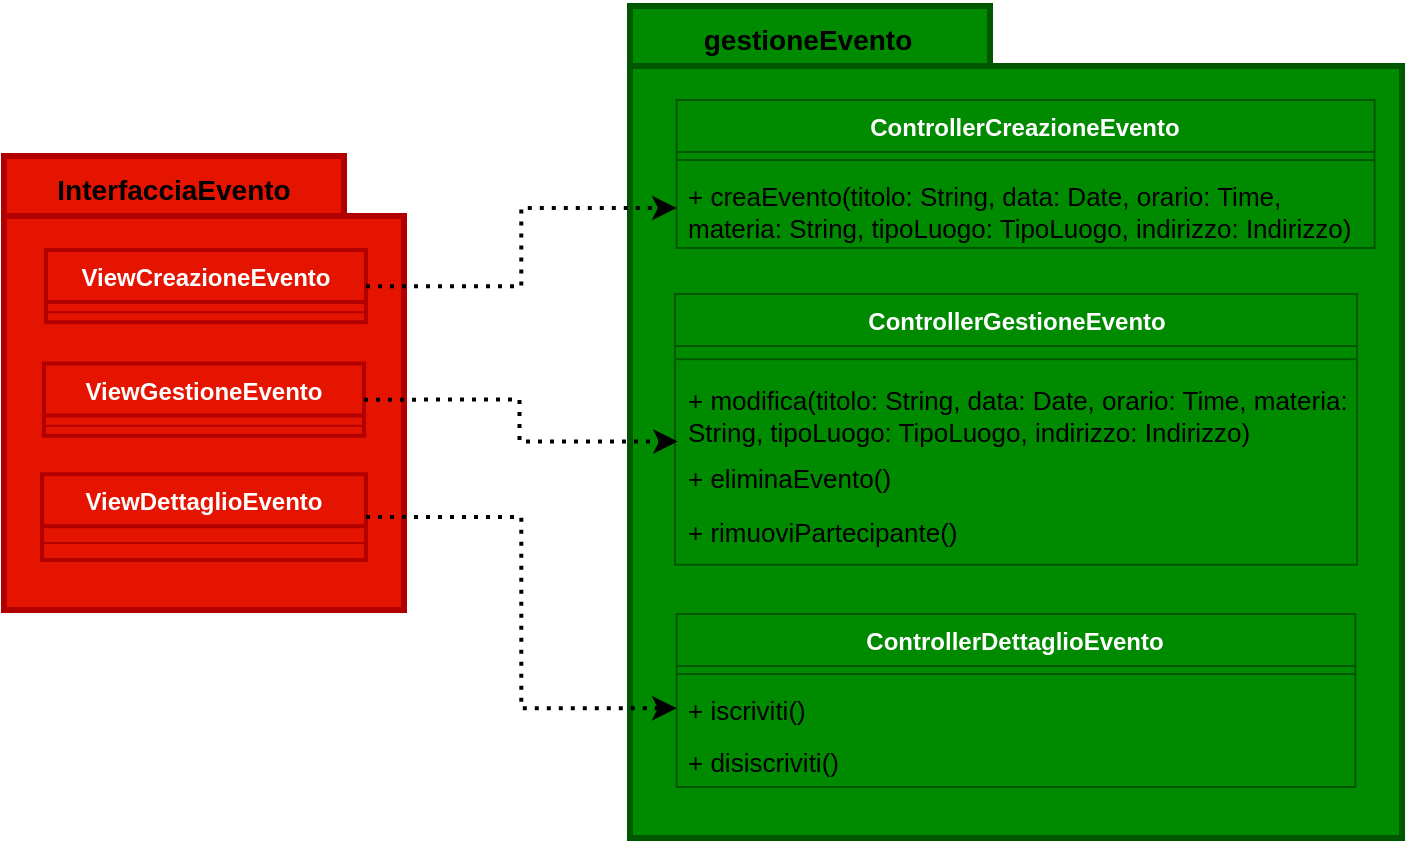
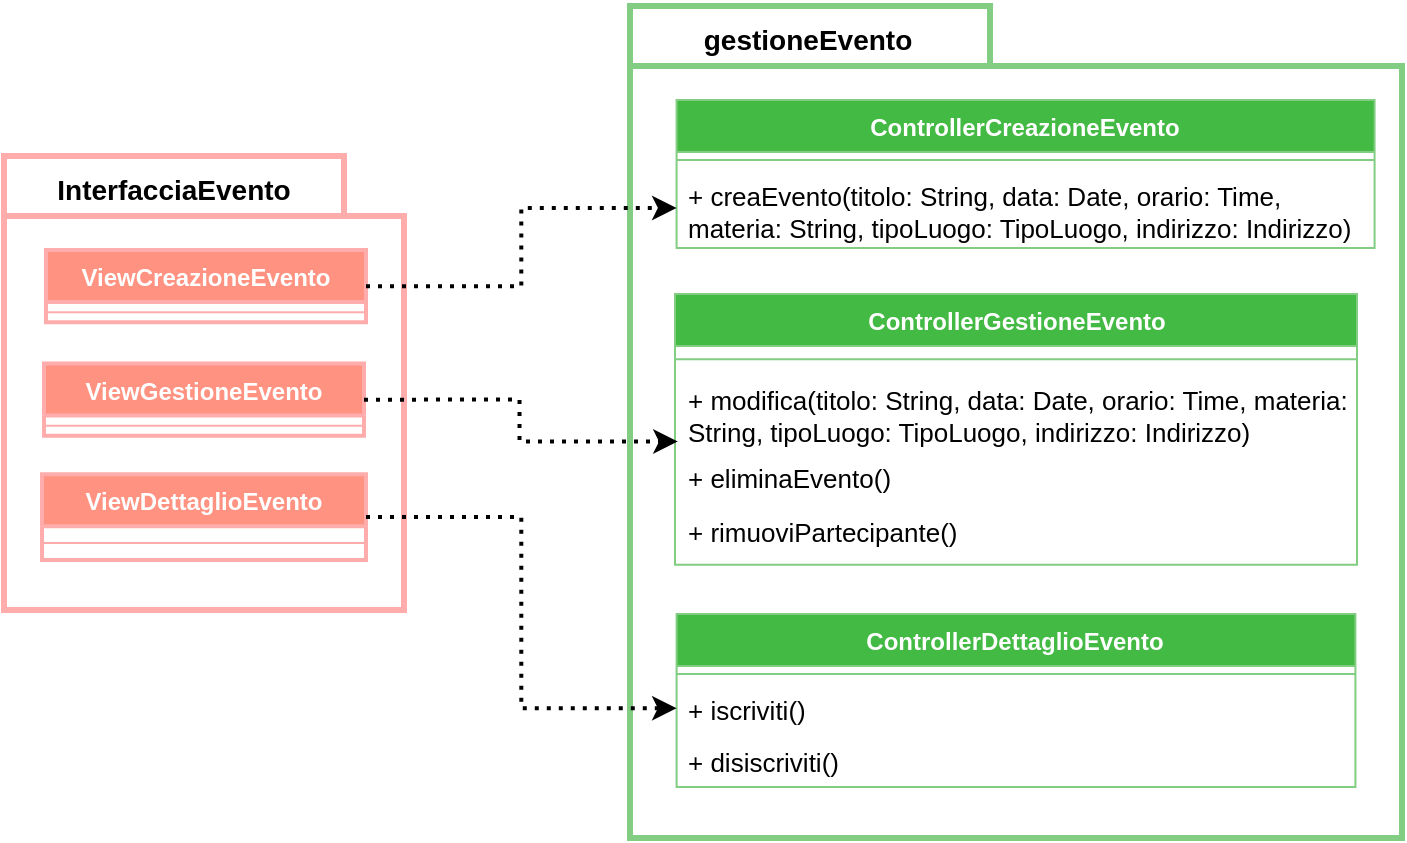
<mxfile host="app.diagrams.net">
  <diagram name="Pagina-1" id="Mc2VJK9o_RLZLJxLkFzT">
-     <mxGraphModel dx="1075" dy="527" grid="0" gridSize="10" guides="1" tooltips="1" connect="1" arrows="1" fold="1" page="1" pageScale="1" pageWidth="827" pageHeight="1169" background="light-dark(#FFFFFF,#FFFFFF)" math="0" shadow="0">
+     <mxGraphModel dx="1075" dy="622" grid="0" gridSize="10" guides="1" tooltips="1" connect="1" arrows="1" fold="1" page="1" pageScale="1" pageWidth="827" pageHeight="1169" background="light-dark(#FFFFFF,#FFFFFF)" math="0" shadow="0">
      <root>
        <mxCell id="0" />
        <mxCell id="1" parent="0" />
        <mxCell id="1CkHZ0JFnsPe_47NdDII-1" connectable="0" parent="1" style="group" value="" vertex="1">
          <mxGeometry height="227" width="200" x="66" y="160" as="geometry" />
        </mxCell>
-         <mxCell id="1CkHZ0JFnsPe_47NdDII-2" parent="1CkHZ0JFnsPe_47NdDII-1" style="shape=folder;fontStyle=1;spacingTop=10;tabWidth=170;tabHeight=30;tabPosition=left;html=1;whiteSpace=wrap;fillColor=light-dark(#E51400,#FFFFFF);fontColor=#ffffff;strokeColor=#B20000;strokeWidth=3;" value="" vertex="1">
+         <mxCell id="1CkHZ0JFnsPe_47NdDII-2" parent="1CkHZ0JFnsPe_47NdDII-1" style="shape=folder;fontStyle=1;spacingTop=10;tabWidth=170;tabHeight=30;tabPosition=left;html=1;whiteSpace=wrap;fillColor=light-dark(#FFFFFF,#E51400);fontColor=#ffffff;strokeColor=light-dark(#FFACAC,#B20000);strokeWidth=3;" value="" vertex="1">
          <mxGeometry height="227" width="200" as="geometry" />
        </mxCell>
        <mxCell id="1CkHZ0JFnsPe_47NdDII-3" parent="1CkHZ0JFnsPe_47NdDII-1" style="text;html=1;whiteSpace=wrap;strokeColor=none;fillColor=none;align=center;verticalAlign=middle;rounded=0;fontColor=light-dark(#000000,#000000);fontStyle=1;fontSize=14;" value="InterfacciaEvento" vertex="1">
          <mxGeometry height="38.04469273743017" width="170" y="-2" as="geometry" />
        </mxCell>
-         <mxCell id="1CkHZ0JFnsPe_47NdDII-4" parent="1CkHZ0JFnsPe_47NdDII-1" style="swimlane;fontStyle=1;align=center;verticalAlign=top;childLayout=stackLayout;horizontal=1;startSize=26;horizontalStack=0;resizeParent=1;resizeParentMax=0;resizeLast=0;collapsible=1;marginBottom=0;whiteSpace=wrap;html=1;fillColor=#e51400;strokeColor=#B20000;fontColor=#ffffff;strokeWidth=2;" value="ViewGestioneEvento" vertex="1">
+         <mxCell id="1CkHZ0JFnsPe_47NdDII-4" parent="1CkHZ0JFnsPe_47NdDII-1" style="swimlane;fontStyle=1;align=center;verticalAlign=top;childLayout=stackLayout;horizontal=1;startSize=26;horizontalStack=0;resizeParent=1;resizeParentMax=0;resizeLast=0;collapsible=1;marginBottom=0;whiteSpace=wrap;html=1;fillColor=light-dark(#FF9281,#E51400);strokeColor=light-dark(#FFACAC,#B20000);fontColor=#ffffff;strokeWidth=2;" value="ViewGestioneEvento" vertex="1">
          <mxGeometry height="36.14525139664804" width="160" x="20" y="103.74860335195531" as="geometry" />
        </mxCell>
        <mxCell id="1CkHZ0JFnsPe_47NdDII-5" parent="1CkHZ0JFnsPe_47NdDII-4" style="line;strokeWidth=1;fillColor=none;align=left;verticalAlign=middle;spacingTop=-1;spacingLeft=3;spacingRight=3;rotatable=0;labelPosition=right;points=[];portConstraint=eastwest;strokeColor=inherit;" value="" vertex="1">
          <mxGeometry height="10.145251396648044" width="160" y="26" as="geometry" />
        </mxCell>
-         <mxCell id="1CkHZ0JFnsPe_47NdDII-11" parent="1CkHZ0JFnsPe_47NdDII-1" style="swimlane;fontStyle=1;align=center;verticalAlign=top;childLayout=stackLayout;horizontal=1;startSize=26;horizontalStack=0;resizeParent=1;resizeParentMax=0;resizeLast=0;collapsible=1;marginBottom=0;whiteSpace=wrap;html=1;fillColor=#e51400;strokeColor=#B20000;fontColor=#ffffff;strokeWidth=2;" value="ViewDettaglioEvento" vertex="1">
+         <mxCell id="1CkHZ0JFnsPe_47NdDII-11" parent="1CkHZ0JFnsPe_47NdDII-1" style="swimlane;fontStyle=1;align=center;verticalAlign=top;childLayout=stackLayout;horizontal=1;startSize=26;horizontalStack=0;resizeParent=1;resizeParentMax=0;resizeLast=0;collapsible=1;marginBottom=0;whiteSpace=wrap;html=1;fillColor=light-dark(#FF9281,#E51400);strokeColor=light-dark(#FFACAC,#B20000);fontColor=#ffffff;strokeWidth=2;" value="ViewDettaglioEvento" vertex="1">
          <mxGeometry height="42.88459696727853" width="162" x="19" y="159.10614525139664" as="geometry" />
        </mxCell>
        <mxCell id="1CkHZ0JFnsPe_47NdDII-12" parent="1CkHZ0JFnsPe_47NdDII-11" style="line;strokeWidth=1;fillColor=none;align=left;verticalAlign=middle;spacingTop=-1;spacingLeft=3;spacingRight=3;rotatable=0;labelPosition=right;points=[];portConstraint=eastwest;strokeColor=inherit;" value="" vertex="1">
          <mxGeometry height="16.884596967278533" width="162" y="26" as="geometry" />
        </mxCell>
-         <mxCell id="1CkHZ0JFnsPe_47NdDII-46" parent="1CkHZ0JFnsPe_47NdDII-1" style="swimlane;fontStyle=1;align=center;verticalAlign=top;childLayout=stackLayout;horizontal=1;startSize=26;horizontalStack=0;resizeParent=1;resizeParentMax=0;resizeLast=0;collapsible=1;marginBottom=0;whiteSpace=wrap;html=1;fillColor=#e51400;strokeColor=#B20000;fontColor=#ffffff;strokeWidth=2;" value="ViewCreazioneEvento" vertex="1">
+         <mxCell id="1CkHZ0JFnsPe_47NdDII-46" parent="1CkHZ0JFnsPe_47NdDII-1" style="swimlane;fontStyle=1;align=center;verticalAlign=top;childLayout=stackLayout;horizontal=1;startSize=26;horizontalStack=0;resizeParent=1;resizeParentMax=0;resizeLast=0;collapsible=1;marginBottom=0;whiteSpace=wrap;html=1;fillColor=light-dark(#FF9281,#E51400);strokeColor=light-dark(#FFACAC,#B20000);fontColor=#ffffff;strokeWidth=2;" value="ViewCreazioneEvento" vertex="1">
          <mxGeometry height="36.14525139664804" width="160" x="21" y="47" as="geometry" />
        </mxCell>
        <mxCell id="1CkHZ0JFnsPe_47NdDII-47" parent="1CkHZ0JFnsPe_47NdDII-46" style="line;strokeWidth=1;fillColor=none;align=left;verticalAlign=middle;spacingTop=-1;spacingLeft=3;spacingRight=3;rotatable=0;labelPosition=right;points=[];portConstraint=eastwest;strokeColor=inherit;" value="" vertex="1">
          <mxGeometry height="10.145251396648044" width="160" y="26" as="geometry" />
        </mxCell>
        <mxCell id="1CkHZ0JFnsPe_47NdDII-29" connectable="0" parent="1" style="group" value="" vertex="1">
          <mxGeometry height="383" width="386" x="379" y="119" as="geometry" />
        </mxCell>
-         <mxCell id="1CkHZ0JFnsPe_47NdDII-30" parent="1CkHZ0JFnsPe_47NdDII-29" style="shape=folder;fontStyle=1;spacingTop=10;tabWidth=180;tabHeight=30;tabPosition=left;html=1;whiteSpace=wrap;fillColor=light-dark(#008A00,#FFFFFF);fontColor=#ffffff;strokeColor=#005700;strokeWidth=3;" value="" vertex="1">
+         <mxCell id="1CkHZ0JFnsPe_47NdDII-30" parent="1CkHZ0JFnsPe_47NdDII-29" style="shape=folder;fontStyle=1;spacingTop=10;tabWidth=180;tabHeight=30;tabPosition=left;html=1;whiteSpace=wrap;fillColor=light-dark(#FFFFFF,#008A00);fontColor=#ffffff;strokeColor=light-dark(#82CD82,#005700);strokeWidth=3;" value="" vertex="1">
          <mxGeometry height="416" width="386" y="-34" as="geometry" />
        </mxCell>
        <mxCell id="1CkHZ0JFnsPe_47NdDII-31" parent="1CkHZ0JFnsPe_47NdDII-29" style="text;html=1;whiteSpace=wrap;strokeColor=none;fillColor=none;align=center;verticalAlign=middle;rounded=0;fontColor=light-dark(#000000,#000000);fontStyle=1;fontSize=14;" value="gestioneEvento" vertex="1">
          <mxGeometry height="40.67" width="164.48" x="7" y="-37" as="geometry" />
        </mxCell>
-         <mxCell id="1CkHZ0JFnsPe_47NdDII-32" parent="1CkHZ0JFnsPe_47NdDII-29" style="swimlane;fontStyle=1;align=center;verticalAlign=top;childLayout=stackLayout;horizontal=1;startSize=26;horizontalStack=0;resizeParent=1;resizeParentMax=0;resizeLast=0;collapsible=1;marginBottom=0;whiteSpace=wrap;html=1;fillColor=#008a00;fontColor=#ffffff;strokeColor=#005700;" value="ControllerGestioneEvento" vertex="1">
+         <mxCell id="1CkHZ0JFnsPe_47NdDII-32" parent="1CkHZ0JFnsPe_47NdDII-29" style="swimlane;fontStyle=1;align=center;verticalAlign=top;childLayout=stackLayout;horizontal=1;startSize=26;horizontalStack=0;resizeParent=1;resizeParentMax=0;resizeLast=0;collapsible=1;marginBottom=0;whiteSpace=wrap;html=1;fillColor=light-dark(#43BA43,#008A00);fontColor=#ffffff;strokeColor=light-dark(#82CD82,#005700);" value="ControllerGestioneEvento" vertex="1">
          <mxGeometry height="135.38173913043477" width="341" x="22.50310344827586" y="109.99739130434784" as="geometry" />
        </mxCell>
        <mxCell id="1CkHZ0JFnsPe_47NdDII-33" parent="1CkHZ0JFnsPe_47NdDII-32" style="line;strokeWidth=1;fillColor=none;align=left;verticalAlign=middle;spacingTop=-1;spacingLeft=3;spacingRight=3;rotatable=0;labelPosition=right;points=[];portConstraint=eastwest;strokeColor=inherit;" value="" vertex="1">
          <mxGeometry height="13.321739130434784" width="341" y="26" as="geometry" />
        </mxCell>
        <mxCell id="1CkHZ0JFnsPe_47NdDII-34" parent="1CkHZ0JFnsPe_47NdDII-32" style="text;strokeColor=none;fillColor=none;align=left;verticalAlign=top;spacingLeft=4;spacingRight=4;overflow=hidden;rotatable=0;points=[[0,0.5],[1,0.5]];portConstraint=eastwest;whiteSpace=wrap;html=1;fontColor=light-dark(#000000,#000000);fontStyle=0;fontSize=13;" value="+ modifica(titolo: String, data: Date, orario: Time, materia: String, tipoLuogo: TipoLuogo, indirizzo: Indirizzo)" vertex="1">
          <mxGeometry height="38.68" width="341" y="39.321739130434786" as="geometry" />
        </mxCell>
        <mxCell id="1CkHZ0JFnsPe_47NdDII-35" parent="1CkHZ0JFnsPe_47NdDII-32" style="text;strokeColor=none;fillColor=none;align=left;verticalAlign=top;spacingLeft=4;spacingRight=4;overflow=hidden;rotatable=0;points=[[0,0.5],[1,0.5]];portConstraint=eastwest;whiteSpace=wrap;html=1;" value="&lt;font style=&quot;color: light-dark(rgb(0, 0, 0), rgb(0, 0, 0));&quot;&gt;&lt;span style=&quot;font-size: 13px;&quot;&gt;+ eliminaEvento()&lt;/span&gt;&lt;/font&gt;" vertex="1">
          <mxGeometry height="27.38" width="341" y="78.00173913043479" as="geometry" />
        </mxCell>
        <mxCell id="1CkHZ0JFnsPe_47NdDII-36" parent="1CkHZ0JFnsPe_47NdDII-32" style="text;strokeColor=none;fillColor=none;align=left;verticalAlign=top;spacingLeft=4;spacingRight=4;overflow=hidden;rotatable=0;points=[[0,0.5],[1,0.5]];portConstraint=eastwest;whiteSpace=wrap;html=1;" value="&lt;font style=&quot;color: light-dark(rgb(0, 0, 0), rgb(0, 0, 0));&quot;&gt;&lt;span style=&quot;font-size: 13px;&quot;&gt;+ rimuoviPartecipante()&lt;/span&gt;&lt;/font&gt;" vertex="1">
          <mxGeometry height="30" width="341" y="105.38173913043478" as="geometry" />
        </mxCell>
-         <mxCell id="1CkHZ0JFnsPe_47NdDII-40" parent="1CkHZ0JFnsPe_47NdDII-29" style="swimlane;fontStyle=1;align=center;verticalAlign=top;childLayout=stackLayout;horizontal=1;startSize=26;horizontalStack=0;resizeParent=1;resizeParentMax=0;resizeLast=0;collapsible=1;marginBottom=0;whiteSpace=wrap;html=1;fillColor=#008a00;fontColor=#ffffff;strokeColor=#005700;" value="ControllerDettaglioEvento" vertex="1">
+         <mxCell id="1CkHZ0JFnsPe_47NdDII-40" parent="1CkHZ0JFnsPe_47NdDII-29" style="swimlane;fontStyle=1;align=center;verticalAlign=top;childLayout=stackLayout;horizontal=1;startSize=26;horizontalStack=0;resizeParent=1;resizeParentMax=0;resizeLast=0;collapsible=1;marginBottom=0;whiteSpace=wrap;html=1;fillColor=light-dark(#43BA43,#008A00);fontColor=#ffffff;strokeColor=light-dark(#82CD82,#005700);" value="ControllerDettaglioEvento" vertex="1">
          <mxGeometry height="86.52" width="339.41" x="23.3" y="270" as="geometry" />
        </mxCell>
        <mxCell id="1CkHZ0JFnsPe_47NdDII-41" parent="1CkHZ0JFnsPe_47NdDII-40" style="line;strokeWidth=1;fillColor=none;align=left;verticalAlign=middle;spacingTop=-1;spacingLeft=3;spacingRight=3;rotatable=0;labelPosition=right;points=[];portConstraint=eastwest;strokeColor=inherit;" value="" vertex="1">
          <mxGeometry height="8" width="339.41" y="26" as="geometry" />
        </mxCell>
        <mxCell id="1CkHZ0JFnsPe_47NdDII-42" parent="1CkHZ0JFnsPe_47NdDII-40" style="text;strokeColor=none;fillColor=none;align=left;verticalAlign=top;spacingLeft=4;spacingRight=4;overflow=hidden;rotatable=0;points=[[0,0.5],[1,0.5]];portConstraint=eastwest;whiteSpace=wrap;html=1;fontColor=light-dark(#000000,#000000);fontStyle=0;fontSize=13;" value="+ iscriviti()" vertex="1">
          <mxGeometry height="26.28" width="339.41" y="34" as="geometry" />
        </mxCell>
        <mxCell id="1CkHZ0JFnsPe_47NdDII-45" parent="1CkHZ0JFnsPe_47NdDII-40" style="text;strokeColor=none;fillColor=none;align=left;verticalAlign=top;spacingLeft=4;spacingRight=4;overflow=hidden;rotatable=0;points=[[0,0.5],[1,0.5]];portConstraint=eastwest;whiteSpace=wrap;html=1;fontColor=light-dark(#000000,#000000);fontStyle=0;fontSize=13;" value="+ disiscriviti()" vertex="1">
          <mxGeometry height="26.24" width="339.41" y="60.28" as="geometry" />
        </mxCell>
-         <mxCell id="1CkHZ0JFnsPe_47NdDII-48" parent="1CkHZ0JFnsPe_47NdDII-29" style="swimlane;fontStyle=1;align=center;verticalAlign=top;childLayout=stackLayout;horizontal=1;startSize=26;horizontalStack=0;resizeParent=1;resizeParentMax=0;resizeLast=0;collapsible=1;marginBottom=0;whiteSpace=wrap;html=1;fillColor=#008a00;fontColor=#ffffff;strokeColor=#005700;" value="ControllerCreazioneEvento" vertex="1">
+         <mxCell id="1CkHZ0JFnsPe_47NdDII-48" parent="1CkHZ0JFnsPe_47NdDII-29" style="swimlane;fontStyle=1;align=center;verticalAlign=top;childLayout=stackLayout;horizontal=1;startSize=26;horizontalStack=0;resizeParent=1;resizeParentMax=0;resizeLast=0;collapsible=1;marginBottom=0;whiteSpace=wrap;html=1;fillColor=light-dark(#43BA43,#008A00);fontColor=#ffffff;strokeColor=light-dark(#82CD82,#005700);" value="ControllerCreazioneEvento" vertex="1">
          <mxGeometry height="73.96000000000001" width="349" x="23.29" y="13" as="geometry" />
        </mxCell>
        <mxCell id="1CkHZ0JFnsPe_47NdDII-49" parent="1CkHZ0JFnsPe_47NdDII-48" style="line;strokeWidth=1;fillColor=none;align=left;verticalAlign=middle;spacingTop=-1;spacingLeft=3;spacingRight=3;rotatable=0;labelPosition=right;points=[];portConstraint=eastwest;strokeColor=inherit;" value="" vertex="1">
          <mxGeometry height="8" width="349" y="26" as="geometry" />
        </mxCell>
        <mxCell id="1CkHZ0JFnsPe_47NdDII-52" parent="1CkHZ0JFnsPe_47NdDII-48" style="text;strokeColor=none;fillColor=none;align=left;verticalAlign=top;spacingLeft=4;spacingRight=4;overflow=hidden;rotatable=0;points=[[0,0.5],[1,0.5]];portConstraint=eastwest;whiteSpace=wrap;html=1;fontColor=light-dark(#000000,#000000);fontStyle=0;fontSize=13;" value="+ creaEvento(titolo: String, data: Date, orario: Time, materia: String, tipoLuogo: TipoLuogo, indirizzo: Indirizzo)" vertex="1">
          <mxGeometry height="39.96" width="349" y="34" as="geometry" />
        </mxCell>
        <mxCell id="1CkHZ0JFnsPe_47NdDII-54" edge="1" parent="1" source="1CkHZ0JFnsPe_47NdDII-46" style="edgeStyle=orthogonalEdgeStyle;rounded=0;orthogonalLoop=1;jettySize=auto;html=1;exitX=1;exitY=0.5;exitDx=0;exitDy=0;entryX=0;entryY=0.5;entryDx=0;entryDy=0;dashed=1;dashPattern=1 2;strokeWidth=2;strokeColor=light-dark(#000000,#000000);" target="1CkHZ0JFnsPe_47NdDII-52">
          <mxGeometry relative="1" as="geometry" />
        </mxCell>
        <mxCell id="1CkHZ0JFnsPe_47NdDII-55" edge="1" parent="1" source="1CkHZ0JFnsPe_47NdDII-4" style="edgeStyle=orthogonalEdgeStyle;rounded=0;orthogonalLoop=1;jettySize=auto;html=1;exitX=1;exitY=0.5;exitDx=0;exitDy=0;entryX=0.004;entryY=0.891;entryDx=0;entryDy=0;entryPerimeter=0;strokeColor=light-dark(#000000,#000000);dashed=1;dashPattern=1 2;strokeWidth=2;" target="1CkHZ0JFnsPe_47NdDII-34">
          <mxGeometry relative="1" as="geometry" />
        </mxCell>
        <mxCell id="1CkHZ0JFnsPe_47NdDII-56" edge="1" parent="1" source="1CkHZ0JFnsPe_47NdDII-11" style="edgeStyle=orthogonalEdgeStyle;rounded=0;orthogonalLoop=1;jettySize=auto;html=1;exitX=1;exitY=0.5;exitDx=0;exitDy=0;entryX=0;entryY=0.5;entryDx=0;entryDy=0;strokeWidth=2;dashed=1;dashPattern=1 2;strokeColor=light-dark(#000000,#000000);" target="1CkHZ0JFnsPe_47NdDII-42">
          <mxGeometry relative="1" as="geometry" />
        </mxCell>
      </root>
    </mxGraphModel>
  </diagram>
</mxfile>
